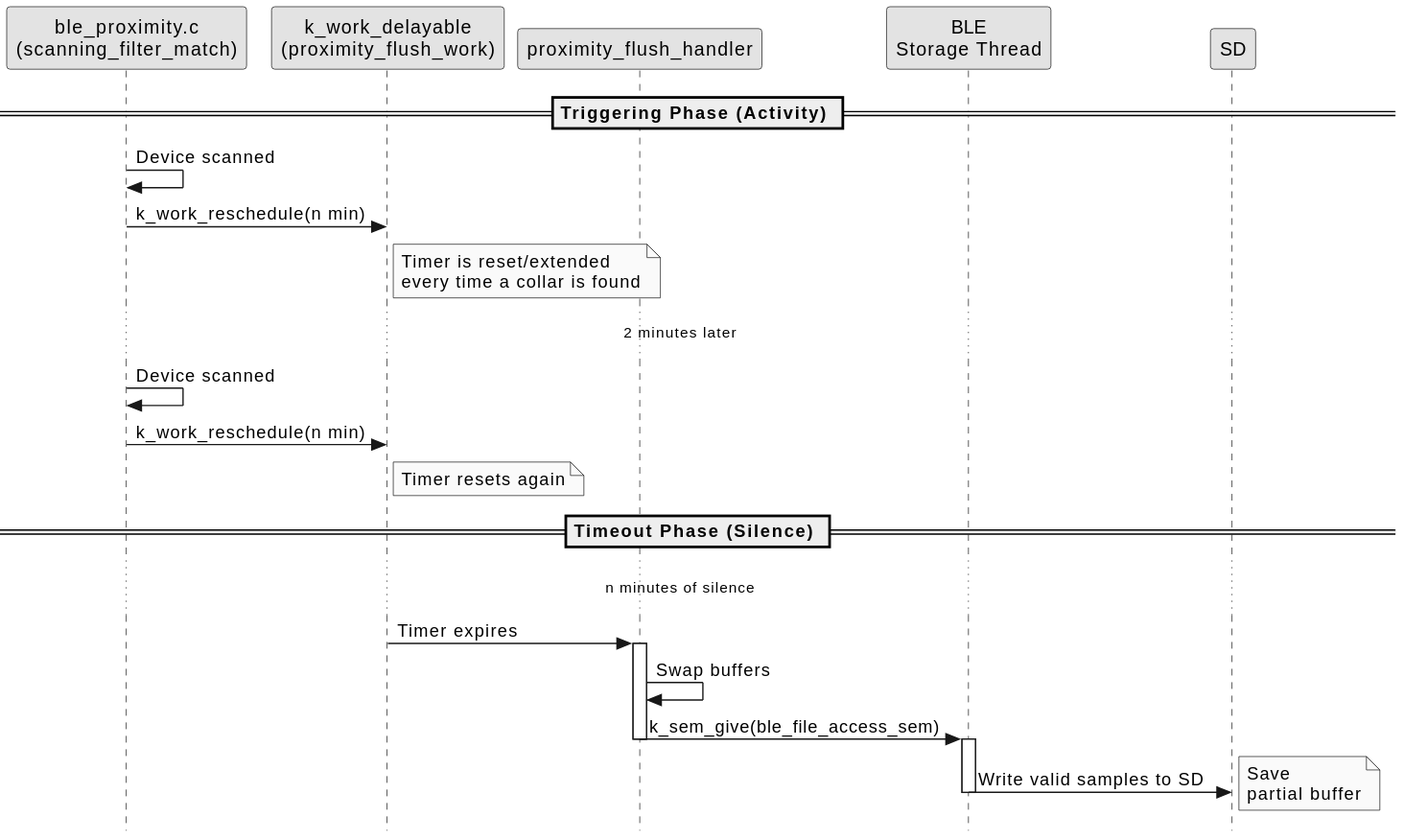
This is 03-Software/nrf-monkey-main/uml/out/uml/ble/ble-flush.svg from DrinkDark/Master_TM_DataCollar, a PlantUML export, as it was before one commit. Its diagram source:
```plantuml
@startuml
skinparam style strictuml
skinparam monochrome true
skinparam packageStyle rectangle

participant "ble_proximity.c\n(scanning_filter_match)" as PROX
participant "k_work_delayable\n(proximity_flush_work)" as TIMER
participant "proximity_flush_handler" as HANDLER
participant "BLE\nStorage Thread" as THREAD
participant "SD" as SD

== Triggering Phase (Activity) ==

PROX -> PROX : Device scanned
PROX -> TIMER : k_work_reschedule(n min)
note right of TIMER : Timer is reset/extended\nevery time a collar is found

... 2 minutes later ...

PROX -> PROX : Device scanned
PROX -> TIMER : k_work_reschedule(n min)
note right of TIMER : Timer resets again

== Timeout Phase (Silence) ==

... n minutes of silence ...

TIMER -> HANDLER : Timer expires
activate HANDLER
HANDLER -> HANDLER : Swap buffers
HANDLER -> THREAD : k_sem_give(ble_file_access_sem)


deactivate HANDLER
activate THREAD
THREAD -> SD : Write valid samples to SD
note right : Save\npartial buffer
deactivate THREAD
@enduml
```
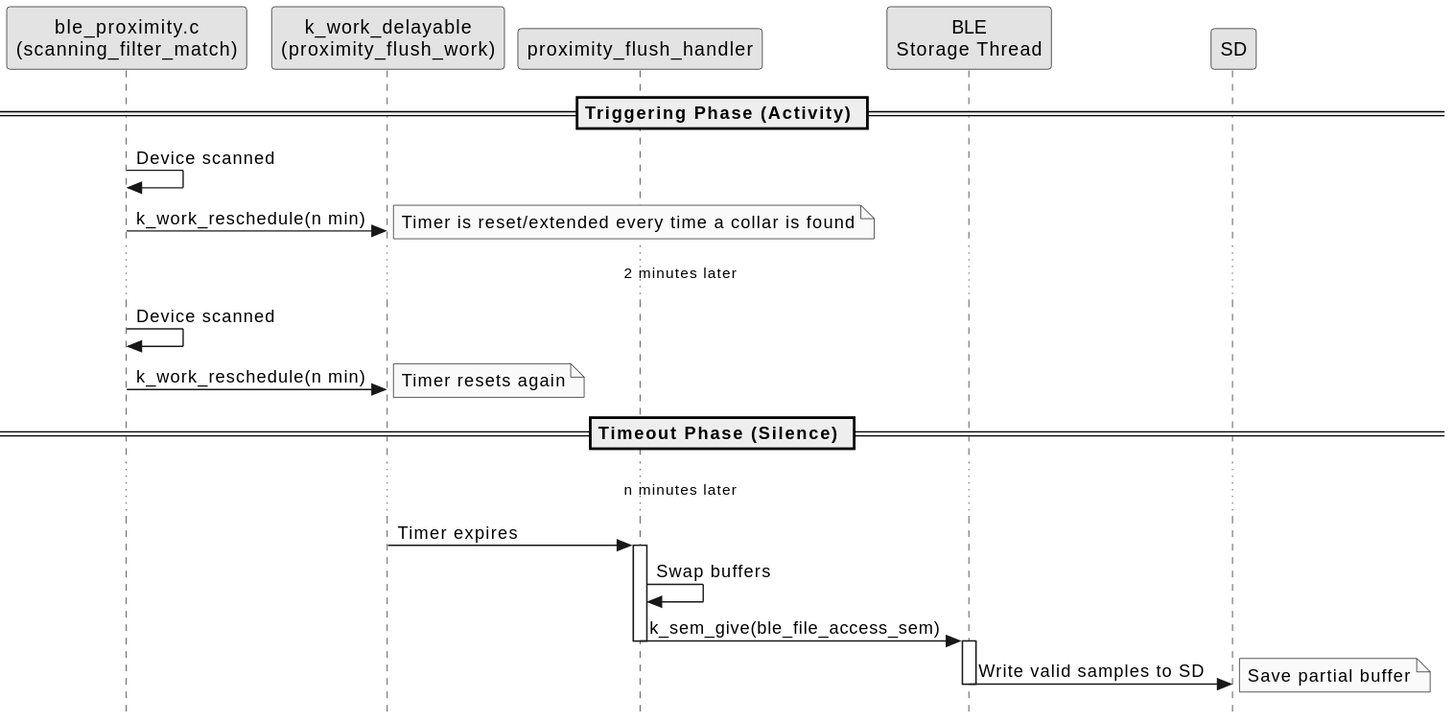
After the change.

What changed in the source:
```diff
@@ -13,18 +13,14 @@
 
 PROX -> PROX : Device scanned
 PROX -> TIMER : k_work_reschedule(n min)
-note right of TIMER : Timer is reset/extended\nevery time a collar is found
-
+note right : Timer is reset/extended every time a collar is found
 ... 2 minutes later ...
-
 PROX -> PROX : Device scanned
 PROX -> TIMER : k_work_reschedule(n min)
-note right of TIMER : Timer resets again
+note right : Timer resets again
 
 == Timeout Phase (Silence) ==
-
-... n minutes of silence ...
-
+... n minutes later ...
 TIMER -> HANDLER : Timer expires
 activate HANDLER
 HANDLER -> HANDLER : Swap buffers
@@ -34,6 +30,6 @@
 deactivate HANDLER
 activate THREAD
 THREAD -> SD : Write valid samples to SD
-note right : Save\npartial buffer
+note right : Save partial buffer
 deactivate THREAD
 @enduml
```
